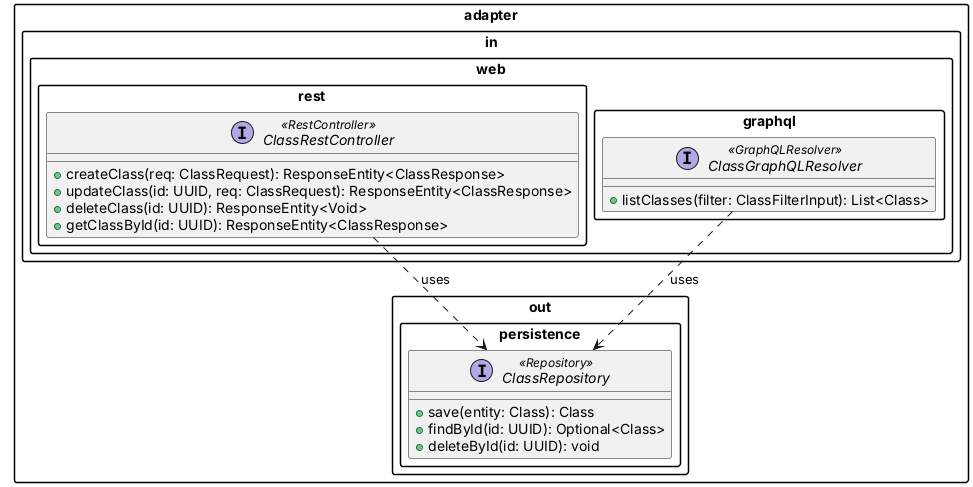
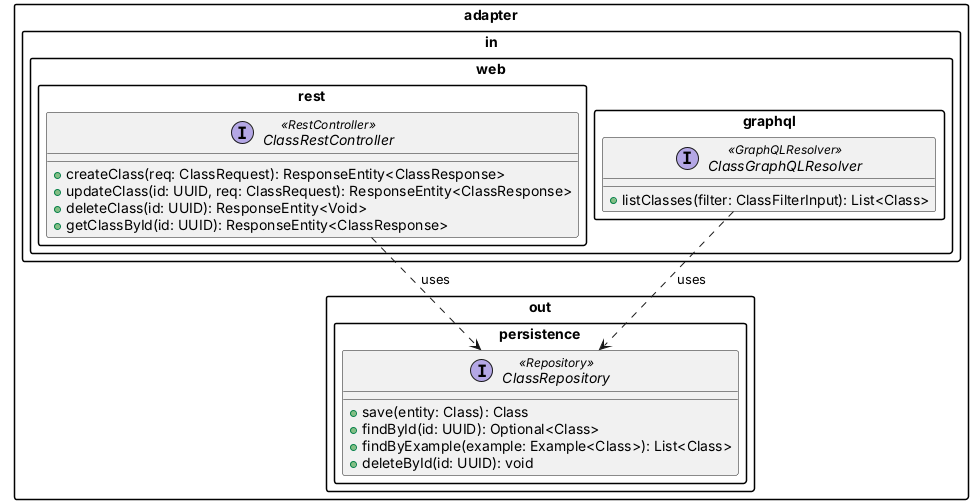
@startuml class_contract

!pragma layout smetana
skinparam packageStyle rectangle
skinparam defaultFontName Inter

package "adapter.in.web.rest" {
  interface "ClassRestController" <<RestController>> {
    + createClass(req: ClassRequest): ResponseEntity<ClassResponse>
    + updateClass(id: UUID, req: ClassRequest): ResponseEntity<ClassResponse>
    + deleteClass(id: UUID): ResponseEntity<Void>
    + getClassById(id: UUID): ResponseEntity<ClassResponse>
  }
}

package "adapter.in.web.graphql" {
  interface "ClassGraphQLResolver" <<GraphQLResolver>> {
    + listClasses(filter: ClassFilterInput): List<Class>
  }
}

package "adapter.out.persistence" {
  interface "ClassRepository" <<Repository>> {
    + save(entity: Class): Class
    + findById(id: UUID): Optional<Class>
+     + findByExample(example: Example<Class>): List<Class>
    + deleteById(id: UUID): void
  }
}

' === Dependency Arrows ===
"ClassRestController"  ..> "ClassRepository" : uses
"ClassGraphQLResolver" ..> "ClassRepository" : uses

@enduml
